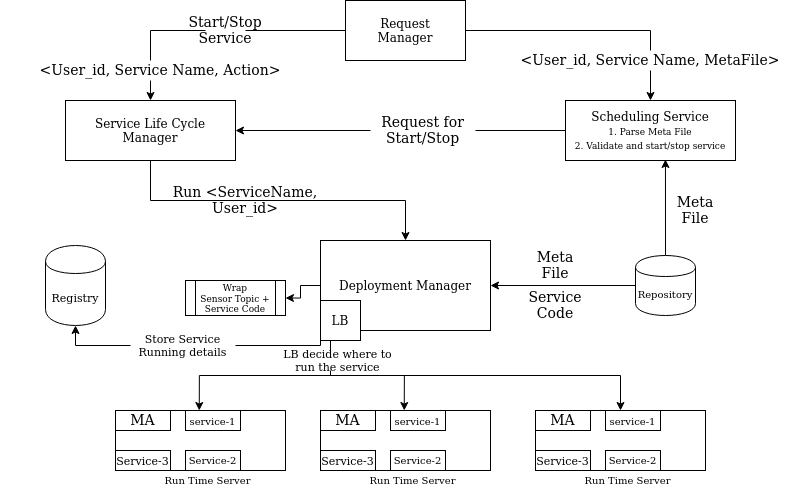
This is others/deploy.png from jay-krishna/IAS-Project, a draw.io export, as it was before one commit. Source tidied: cells renumbered, new cells last; positions are measured from the earlier drawing's top-left corner, leaving out a move shared by most shapes. The source it was exported from:
```xml
<mxGraphModel>
  <root>
    <mxCell id="0" />
    <mxCell id="1" parent="0" />
    <mxCell id="2" style="edgeStyle=orthogonalEdgeStyle;rounded=0;jettySize=auto;html=1;exitX=0;exitY=0.5;exitDx=0;exitDy=0;entryX=0.5;entryY=0;entryDx=0;entryDy=0;" parent="1" edge="1" source="4" target="6">
      <mxGeometry relative="1" as="geometry" />
    </mxCell>
    <mxCell id="3" style="edgeStyle=orthogonalEdgeStyle;rounded=0;jettySize=auto;html=1;exitX=1;exitY=0.5;exitDx=0;exitDy=0;entryX=0.5;entryY=0;entryDx=0;entryDy=0;" parent="1" edge="1" source="4" target="8">
      <mxGeometry relative="1" as="geometry" />
    </mxCell>
    <mxCell id="4" value="&lt;div&gt;Request&lt;/div&gt;&lt;div&gt;Manager&lt;/div&gt;" style="rounded=0;whiteSpace=wrap;html=1;" parent="1" vertex="1">
      <mxGeometry x="345" width="120" height="60" as="geometry" />
    </mxCell>
    <mxCell id="5" style="edgeStyle=orthogonalEdgeStyle;rounded=0;jettySize=auto;html=1;exitX=0.5;exitY=1;exitDx=0;exitDy=0;entryX=0.5;entryY=0;entryDx=0;entryDy=0;" parent="1" edge="1" source="6" target="10">
      <mxGeometry relative="1" as="geometry" />
    </mxCell>
    <mxCell id="6" value="Service Life Cycle Manager" style="rounded=0;whiteSpace=wrap;html=1;" parent="1" vertex="1">
      <mxGeometry x="65" y="100" width="170" height="60" as="geometry" />
    </mxCell>
    <mxCell id="7" style="edgeStyle=orthogonalEdgeStyle;rounded=0;jettySize=auto;html=1;exitX=0;exitY=0.5;exitDx=0;exitDy=0;entryX=1;entryY=0.5;entryDx=0;entryDy=0;" parent="1" edge="1" source="8" target="6">
      <mxGeometry relative="1" as="geometry" />
    </mxCell>
    <mxCell id="8" value="Scheduling Service&lt;br&gt;&lt;font style=&quot;font-size: 9px&quot;&gt;1. Parse Meta File&lt;br&gt;2. Validate and start/stop service&lt;/font&gt;" style="rounded=0;whiteSpace=wrap;html=1;" parent="1" vertex="1">
      <mxGeometry x="565" y="100" width="170" height="60" as="geometry" />
    </mxCell>
    <mxCell id="9" style="edgeStyle=orthogonalEdgeStyle;rounded=0;jettySize=auto;html=1;entryX=1;entryY=0.5;entryDx=0;entryDy=0;fontSize=11;" parent="1" edge="1" source="10" target="31">
      <mxGeometry relative="1" as="geometry" />
    </mxCell>
    <mxCell id="10" value="Deployment Manager" style="rounded=0;whiteSpace=wrap;html=1;" parent="1" vertex="1">
      <mxGeometry x="320" y="240" width="170" height="90" as="geometry" />
    </mxCell>
    <mxCell id="11" style="rounded=0;whiteSpace=wrap;html=1;" parent="1" vertex="1">
      <mxGeometry x="320" y="410" width="170" height="60" as="geometry" />
    </mxCell>
    <mxCell id="12" style="edgeStyle=orthogonalEdgeStyle;rounded=0;jettySize=auto;html=1;exitX=0.25;exitY=1;exitDx=0;exitDy=0;entryX=0.25;entryY=0;entryDx=0;entryDy=0;fontSize=11;" parent="1" edge="1" source="16" target="33">
      <mxGeometry relative="1" as="geometry" />
    </mxCell>
    <mxCell id="13" style="edgeStyle=orthogonalEdgeStyle;rounded=0;jettySize=auto;html=1;exitX=0.25;exitY=1;exitDx=0;exitDy=0;entryX=0.25;entryY=0;entryDx=0;entryDy=0;fontSize=11;" parent="1" edge="1" source="16" target="39">
      <mxGeometry relative="1" as="geometry" />
    </mxCell>
    <mxCell id="14" style="edgeStyle=orthogonalEdgeStyle;rounded=0;jettySize=auto;html=1;exitX=0.25;exitY=1;exitDx=0;exitDy=0;entryX=0.5;entryY=0;entryDx=0;entryDy=0;fontSize=11;" parent="1" edge="1" source="16" target="40">
      <mxGeometry relative="1" as="geometry" />
    </mxCell>
    <mxCell id="15" style="edgeStyle=orthogonalEdgeStyle;rounded=0;jettySize=auto;html=1;exitX=0;exitY=0.5;exitDx=0;exitDy=0;entryX=0.5;entryY=1;entryDx=0;entryDy=0;fontSize=11;" parent="1" edge="1" source="16" target="47">
      <mxGeometry relative="1" as="geometry">
        <Array as="points">
          <mxPoint x="320" y="345" />
          <mxPoint x="75" y="345" />
        </Array>
      </mxGeometry>
    </mxCell>
    <mxCell id="16" value="LB" style="whiteSpace=wrap;html=1;" parent="1" vertex="1">
      <mxGeometry x="320" y="300" width="40" height="40" as="geometry" />
    </mxCell>
    <mxCell id="17" style="edgeStyle=orthogonalEdgeStyle;rounded=0;jettySize=auto;html=1;exitX=0;exitY=0.5;exitDx=0;exitDy=0;entryX=1;entryY=0.5;entryDx=0;entryDy=0;" parent="1" edge="1" source="19" target="10">
      <mxGeometry relative="1" as="geometry" />
    </mxCell>
    <mxCell id="18" style="edgeStyle=orthogonalEdgeStyle;rounded=0;jettySize=auto;html=1;exitX=0.5;exitY=0;exitDx=0;exitDy=0;entryX=0.588;entryY=0.983;entryDx=0;entryDy=0;entryPerimeter=0;fontSize=14;" parent="1" edge="1" source="19" target="8">
      <mxGeometry relative="1" as="geometry" />
    </mxCell>
    <mxCell id="19" value="Repository" style="shape=cylinder;whiteSpace=wrap;html=1;boundedLbl=1;backgroundOutline=1;fontSize=10;" parent="1" vertex="1">
      <mxGeometry x="635" y="255" width="60" height="60" as="geometry" />
    </mxCell>
    <mxCell id="20" value="Start/Stop Service" style="text;html=1;strokeColor=none;fillColor=#ffffff;align=center;verticalAlign=middle;whiteSpace=wrap;rounded=0;fontSize=14;" parent="1" vertex="1">
      <mxGeometry x="205" y="20" width="40" height="20" as="geometry" />
    </mxCell>
    <mxCell id="21" value="&amp;lt;User_id, Service Name, Action&amp;gt;" style="text;html=1;strokeColor=none;fillColor=#ffffff;align=center;verticalAlign=middle;whiteSpace=wrap;rounded=0;fontSize=14;" parent="1" vertex="1">
      <mxGeometry y="60" width="320" height="20" as="geometry" />
    </mxCell>
    <mxCell id="22" value="&amp;lt;User_id, Service Name, MetaFile&amp;gt;" style="text;html=1;strokeColor=none;fillColor=#ffffff;align=center;verticalAlign=middle;whiteSpace=wrap;rounded=0;fontSize=14;" parent="1" vertex="1">
      <mxGeometry x="490" y="50" width="320" height="20" as="geometry" />
    </mxCell>
    <mxCell id="23" value="Request for Start/Stop" style="text;html=1;strokeColor=none;fillColor=#ffffff;align=center;verticalAlign=middle;whiteSpace=wrap;rounded=0;fontSize=14;" parent="1" vertex="1">
      <mxGeometry x="370" y="120" width="105" height="20" as="geometry" />
    </mxCell>
    <mxCell id="24" value="Run &amp;lt;ServiceName, User_id&amp;gt;" style="text;html=1;strokeColor=none;fillColor=none;align=center;verticalAlign=middle;whiteSpace=wrap;rounded=0;fontSize=14;" parent="1" vertex="1">
      <mxGeometry x="155" y="190" width="180" height="20" as="geometry" />
    </mxCell>
    <mxCell id="25" value="Meta File" style="text;html=1;strokeColor=none;fillColor=none;align=center;verticalAlign=middle;whiteSpace=wrap;rounded=0;fontSize=14;" parent="1" vertex="1">
      <mxGeometry x="675" y="200" width="40" height="20" as="geometry" />
    </mxCell>
    <mxCell id="26" value="Meta File" style="text;html=1;strokeColor=none;fillColor=none;align=center;verticalAlign=middle;whiteSpace=wrap;rounded=0;fontSize=14;" parent="1" vertex="1">
      <mxGeometry x="535" y="255" width="40" height="20" as="geometry" />
    </mxCell>
    <mxCell id="27" value="Service Code" style="text;html=1;strokeColor=none;fillColor=none;align=center;verticalAlign=middle;whiteSpace=wrap;rounded=0;fontSize=14;" parent="1" vertex="1">
      <mxGeometry x="535" y="295" width="40" height="20" as="geometry" />
    </mxCell>
    <mxCell id="28" value="Service-2" style="rounded=0;whiteSpace=wrap;html=1;fillColor=#ffffff;fontSize=10;" parent="1" vertex="1">
      <mxGeometry x="390" y="450" width="55" height="20" as="geometry" />
    </mxCell>
    <mxCell id="29" value="Service-3" style="rounded=0;whiteSpace=wrap;html=1;fillColor=#ffffff;fontSize=11;" parent="1" vertex="1">
      <mxGeometry x="320" y="450" width="55" height="20" as="geometry" />
    </mxCell>
    <mxCell id="30" value="MA" style="rounded=0;whiteSpace=wrap;html=1;fillColor=#ffffff;fontSize=14;" parent="1" vertex="1">
      <mxGeometry x="320" y="410" width="55" height="20" as="geometry" />
    </mxCell>
    <mxCell id="31" value="&lt;font style=&quot;font-size: 9px;&quot;&gt;Wrap&lt;br style=&quot;font-size: 9px;&quot;&gt;Sensor Topic + Service Code&lt;br style=&quot;font-size: 9px;&quot;&gt;&lt;/font&gt;" style="shape=process;whiteSpace=wrap;html=1;backgroundOutline=1;fillColor=#ffffff;fontSize=9;" parent="1" vertex="1">
      <mxGeometry x="185" y="280" width="100" height="35" as="geometry" />
    </mxCell>
    <mxCell id="32" value="Run Time Server" style="text;html=1;strokeColor=none;fillColor=none;align=center;verticalAlign=middle;whiteSpace=wrap;rounded=0;fontSize=10;" parent="1" vertex="1">
      <mxGeometry x="345" y="470" width="135" height="20" as="geometry" />
    </mxCell>
    <mxCell id="33" value="&lt;font style=&quot;font-size: 10px&quot;&gt;service-1&lt;/font&gt;" style="rounded=0;whiteSpace=wrap;html=1;fillColor=#ffffff;fontSize=14;" parent="1" vertex="1">
      <mxGeometry x="390" y="410" width="55" height="20" as="geometry" />
    </mxCell>
    <mxCell id="34" style="rounded=0;whiteSpace=wrap;html=1;" parent="1" vertex="1">
      <mxGeometry x="115" y="410" width="170" height="60" as="geometry" />
    </mxCell>
    <mxCell id="35" value="Service-2" style="rounded=0;whiteSpace=wrap;html=1;fillColor=#ffffff;fontSize=10;" parent="1" vertex="1">
      <mxGeometry x="185" y="450" width="55" height="20" as="geometry" />
    </mxCell>
    <mxCell id="36" value="Service-3" style="rounded=0;whiteSpace=wrap;html=1;fillColor=#ffffff;fontSize=11;" parent="1" vertex="1">
      <mxGeometry x="115" y="450" width="55" height="20" as="geometry" />
    </mxCell>
    <mxCell id="37" value="MA" style="rounded=0;whiteSpace=wrap;html=1;fillColor=#ffffff;fontSize=14;" parent="1" vertex="1">
      <mxGeometry x="115" y="410" width="55" height="20" as="geometry" />
    </mxCell>
    <mxCell id="38" value="Run Time Server" style="text;html=1;strokeColor=none;fillColor=none;align=center;verticalAlign=middle;whiteSpace=wrap;rounded=0;fontSize=10;" parent="1" vertex="1">
      <mxGeometry x="140" y="470" width="135" height="20" as="geometry" />
    </mxCell>
    <mxCell id="39" value="&lt;font style=&quot;font-size: 10px&quot;&gt;service-1&lt;/font&gt;" style="rounded=0;whiteSpace=wrap;html=1;fillColor=#ffffff;fontSize=14;" parent="1" vertex="1">
      <mxGeometry x="185" y="410" width="55" height="20" as="geometry" />
    </mxCell>
    <mxCell id="40" style="rounded=0;whiteSpace=wrap;html=1;" parent="1" vertex="1">
      <mxGeometry x="535" y="410" width="170" height="60" as="geometry" />
    </mxCell>
    <mxCell id="41" value="Service-2" style="rounded=0;whiteSpace=wrap;html=1;fillColor=#ffffff;fontSize=10;" parent="1" vertex="1">
      <mxGeometry x="605" y="450" width="55" height="20" as="geometry" />
    </mxCell>
    <mxCell id="42" value="Service-3" style="rounded=0;whiteSpace=wrap;html=1;fillColor=#ffffff;fontSize=11;" parent="1" vertex="1">
      <mxGeometry x="535" y="450" width="55" height="20" as="geometry" />
    </mxCell>
    <mxCell id="43" value="MA" style="rounded=0;whiteSpace=wrap;html=1;fillColor=#ffffff;fontSize=14;" parent="1" vertex="1">
      <mxGeometry x="535" y="410" width="55" height="20" as="geometry" />
    </mxCell>
    <mxCell id="44" value="Run Time Server" style="text;html=1;strokeColor=none;fillColor=none;align=center;verticalAlign=middle;whiteSpace=wrap;rounded=0;fontSize=10;" parent="1" vertex="1">
      <mxGeometry x="560" y="470" width="135" height="20" as="geometry" />
    </mxCell>
    <mxCell id="45" value="&lt;font style=&quot;font-size: 10px&quot;&gt;service-1&lt;/font&gt;" style="rounded=0;whiteSpace=wrap;html=1;fillColor=#ffffff;fontSize=14;" parent="1" vertex="1">
      <mxGeometry x="605" y="410" width="55" height="20" as="geometry" />
    </mxCell>
    <mxCell id="46" value="LB decide where to run the service" style="text;html=1;strokeColor=none;fillColor=#ffffff;align=center;verticalAlign=middle;whiteSpace=wrap;rounded=0;fontSize=11;" parent="1" vertex="1">
      <mxGeometry x="275" y="350" width="125" height="20" as="geometry" />
    </mxCell>
    <mxCell id="47" value="Registry" style="shape=cylinder;whiteSpace=wrap;html=1;boundedLbl=1;backgroundOutline=1;fillColor=#ffffff;fontSize=11;" parent="1" vertex="1">
      <mxGeometry x="45" y="245" width="60" height="80" as="geometry" />
    </mxCell>
    <mxCell id="48" value="Store Service Running details" style="text;html=1;strokeColor=none;fillColor=#ffffff;align=center;verticalAlign=middle;whiteSpace=wrap;rounded=0;fontSize=11;" parent="1" vertex="1">
      <mxGeometry x="130" y="325" width="105" height="40" as="geometry" />
    </mxCell>
  </root>
</mxGraphModel>
```
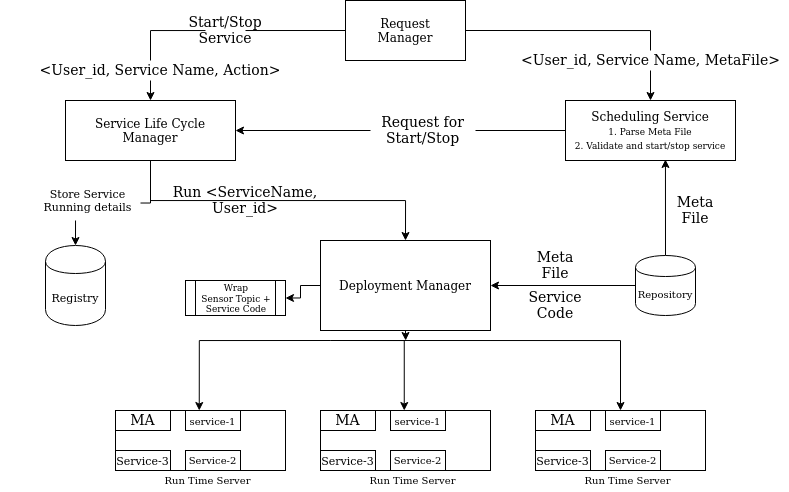
Later version of the same file.

The edit, as a diff of the source:
```diff
@@ -14,6 +14,9 @@
     <mxCell id="5" style="edgeStyle=orthogonalEdgeStyle;rounded=0;jettySize=auto;html=1;exitX=0.5;exitY=1;exitDx=0;exitDy=0;entryX=0.5;entryY=0;entryDx=0;entryDy=0;" parent="1" edge="1" source="6" target="10">
       <mxGeometry relative="1" as="geometry" />
     </mxCell>
+    <mxCell id="49" style="edgeStyle=orthogonalEdgeStyle;rounded=0;jettySize=auto;html=1;exitX=0.5;exitY=1;exitDx=0;exitDy=0;entryX=0.5;entryY=0;entryDx=0;entryDy=0;" parent="1" edge="1" source="6" target="47">
+      <mxGeometry relative="1" as="geometry" />
+    </mxCell>
     <mxCell id="6" value="Service Life Cycle Manager" style="rounded=0;whiteSpace=wrap;html=1;" parent="1" vertex="1">
       <mxGeometry x="65" y="100" width="170" height="60" as="geometry" />
     </mxCell>
@@ -26,32 +29,32 @@
     <mxCell id="9" style="edgeStyle=orthogonalEdgeStyle;rounded=0;jettySize=auto;html=1;entryX=1;entryY=0.5;entryDx=0;entryDy=0;fontSize=11;" parent="1" edge="1" source="10" target="31">
       <mxGeometry relative="1" as="geometry" />
     </mxCell>
+    <mxCell id="50" style="edgeStyle=orthogonalEdgeStyle;rounded=0;jettySize=auto;html=1;exitX=0.5;exitY=1;exitDx=0;exitDy=0;" parent="1" edge="1" source="10">
+      <mxGeometry relative="1" as="geometry">
+        <mxPoint x="405.2" y="340" as="targetPoint" />
+      </mxGeometry>
+    </mxCell>
     <mxCell id="10" value="Deployment Manager" style="rounded=0;whiteSpace=wrap;html=1;" parent="1" vertex="1">
       <mxGeometry x="320" y="240" width="170" height="90" as="geometry" />
     </mxCell>
     <mxCell id="11" style="rounded=0;whiteSpace=wrap;html=1;" parent="1" vertex="1">
       <mxGeometry x="320" y="410" width="170" height="60" as="geometry" />
     </mxCell>
-    <mxCell id="12" style="edgeStyle=orthogonalEdgeStyle;rounded=0;jettySize=auto;html=1;exitX=0.25;exitY=1;exitDx=0;exitDy=0;entryX=0.25;entryY=0;entryDx=0;entryDy=0;fontSize=11;" parent="1" edge="1" source="16" target="33">
-      <mxGeometry relative="1" as="geometry" />
+    <mxCell id="12" style="edgeStyle=orthogonalEdgeStyle;rounded=0;jettySize=auto;html=1;exitX=0.25;exitY=1;exitDx=0;exitDy=0;entryX=0.25;entryY=0;entryDx=0;entryDy=0;fontSize=11;" parent="1" edge="1" target="33">
+      <mxGeometry relative="1" as="geometry">
+        <mxPoint x="330" y="340" as="sourcePoint" />
+      </mxGeometry>
     </mxCell>
-    <mxCell id="13" style="edgeStyle=orthogonalEdgeStyle;rounded=0;jettySize=auto;html=1;exitX=0.25;exitY=1;exitDx=0;exitDy=0;entryX=0.25;entryY=0;entryDx=0;entryDy=0;fontSize=11;" parent="1" edge="1" source="16" target="39">
-      <mxGeometry relative="1" as="geometry" />
+    <mxCell id="13" style="edgeStyle=orthogonalEdgeStyle;rounded=0;jettySize=auto;html=1;exitX=0.25;exitY=1;exitDx=0;exitDy=0;entryX=0.25;entryY=0;entryDx=0;entryDy=0;fontSize=11;" parent="1" edge="1" target="39">
+      <mxGeometry relative="1" as="geometry">
+        <mxPoint x="330" y="340" as="sourcePoint" />
+      </mxGeometry>
     </mxCell>
-    <mxCell id="14" style="edgeStyle=orthogonalEdgeStyle;rounded=0;jettySize=auto;html=1;exitX=0.25;exitY=1;exitDx=0;exitDy=0;entryX=0.5;entryY=0;entryDx=0;entryDy=0;fontSize=11;" parent="1" edge="1" source="16" target="40">
-      <mxGeometry relative="1" as="geometry" />
+    <mxCell id="14" style="edgeStyle=orthogonalEdgeStyle;rounded=0;jettySize=auto;html=1;exitX=0.25;exitY=1;exitDx=0;exitDy=0;entryX=0.5;entryY=0;entryDx=0;entryDy=0;fontSize=11;" parent="1" edge="1" target="40">
+      <mxGeometry relative="1" as="geometry">
+        <mxPoint x="330" y="340" as="sourcePoint" />
+      </mxGeometry>
     </mxCell>
-    <mxCell id="15" style="edgeStyle=orthogonalEdgeStyle;rounded=0;jettySize=auto;html=1;exitX=0;exitY=0.5;exitDx=0;exitDy=0;entryX=0.5;entryY=1;entryDx=0;entryDy=0;fontSize=11;" parent="1" edge="1" source="16" target="47">
-      <mxGeometry relative="1" as="geometry">
-        <Array as="points">
-          <mxPoint x="320" y="345" />
-          <mxPoint x="75" y="345" />
-        </Array>
-      </mxGeometry>
-    </mxCell>
-    <mxCell id="16" value="LB" style="whiteSpace=wrap;html=1;" parent="1" vertex="1">
-      <mxGeometry x="320" y="300" width="40" height="40" as="geometry" />
-    </mxCell>
     <mxCell id="17" style="edgeStyle=orthogonalEdgeStyle;rounded=0;jettySize=auto;html=1;exitX=0;exitY=0.5;exitDx=0;exitDy=0;entryX=1;entryY=0.5;entryDx=0;entryDy=0;" parent="1" edge="1" source="19" target="10">
       <mxGeometry relative="1" as="geometry" />
     </mxCell>
@@ -68,7 +71,7 @@
       <mxGeometry y="60" width="320" height="20" as="geometry" />
     </mxCell>
     <mxCell id="22" value="&amp;lt;User_id, Service Name, MetaFile&amp;gt;" style="text;html=1;strokeColor=none;fillColor=#ffffff;align=center;verticalAlign=middle;whiteSpace=wrap;rounded=0;fontSize=14;" parent="1" vertex="1">
-      <mxGeometry x="490" y="50" width="320" height="20" as="geometry" />
+      <mxGeometry x="512.5" y="50" width="275" height="20" as="geometry" />
     </mxCell>
     <mxCell id="23" value="Request for Start/Stop" style="text;html=1;strokeColor=none;fillColor=#ffffff;align=center;verticalAlign=middle;whiteSpace=wrap;rounded=0;fontSize=14;" parent="1" vertex="1">
       <mxGeometry x="370" y="120" width="105" height="20" as="geometry" />
@@ -139,14 +142,11 @@
     <mxCell id="45" value="&lt;font style=&quot;font-size: 10px&quot;&gt;service-1&lt;/font&gt;" style="rounded=0;whiteSpace=wrap;html=1;fillColor=#ffffff;fontSize=14;" parent="1" vertex="1">
       <mxGeometry x="605" y="410" width="55" height="20" as="geometry" />
     </mxCell>
-    <mxCell id="46" value="LB decide where to run the service" style="text;html=1;strokeColor=none;fillColor=#ffffff;align=center;verticalAlign=middle;whiteSpace=wrap;rounded=0;fontSize=11;" parent="1" vertex="1">
-      <mxGeometry x="275" y="350" width="125" height="20" as="geometry" />
-    </mxCell>
     <mxCell id="47" value="Registry" style="shape=cylinder;whiteSpace=wrap;html=1;boundedLbl=1;backgroundOutline=1;fillColor=#ffffff;fontSize=11;" parent="1" vertex="1">
       <mxGeometry x="45" y="245" width="60" height="80" as="geometry" />
     </mxCell>
     <mxCell id="48" value="Store Service Running details" style="text;html=1;strokeColor=none;fillColor=#ffffff;align=center;verticalAlign=middle;whiteSpace=wrap;rounded=0;fontSize=11;" parent="1" vertex="1">
-      <mxGeometry x="130" y="325" width="105" height="40" as="geometry" />
+      <mxGeometry x="35" y="180" width="105" height="40" as="geometry" />
     </mxCell>
   </root>
 </mxGraphModel>
```
